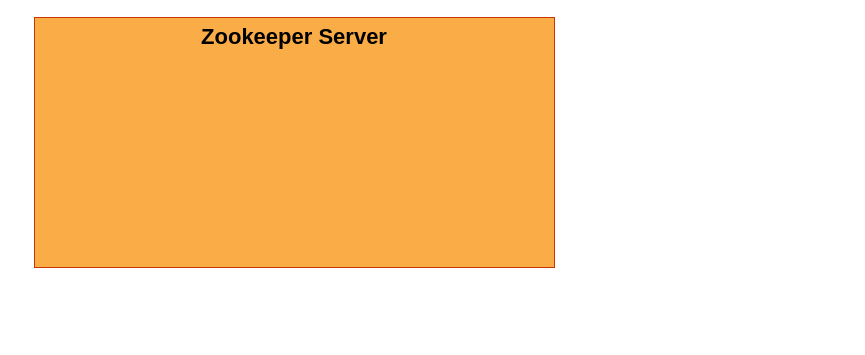
Above: zookeeper.drawio in starzy1990/diagrams (draw.io), before the change. Source tidied: cells renumbered, new cells numbered last; positions are measured from the earlier drawing's top-left corner, leaving out a move shared by most shapes. Both pictures are drawn from the tidied source at 100%, with x=0, y=0 at pixel (34, 17).
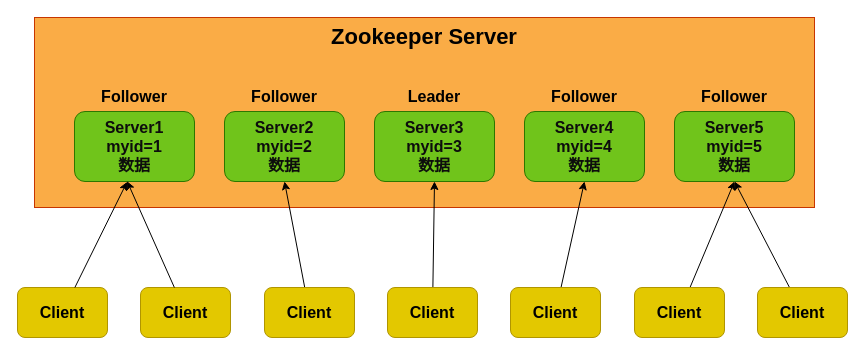
The same page after the edit.

Diff of the diagram source:
```diff
@@
     <mxCell id="2" style="edgeStyle=none;rounded=0;orthogonalLoop=1;jettySize=auto;html=1;entryX=0.5;entryY=0;entryDx=0;entryDy=0;fontSize=22;exitX=0;exitY=1;exitDx=0;exitDy=0;" parent="1" edge="1">
       <mxGeometry relative="1" as="geometry">
-        <mxPoint x="120" y="180" as="sourcePoint" />
+        <mxPoint x="13" y="150" as="sourcePoint" />
       </mxGeometry>
     </mxCell>
     <mxCell id="3" style="edgeStyle=none;rounded=0;orthogonalLoop=1;jettySize=auto;html=1;entryX=0;entryY=0;entryDx=0;entryDy=0;fontSize=22;" parent="1" edge="1">
       <mxGeometry relative="1" as="geometry">
-        <mxPoint x="232.5" y="180" as="sourcePoint" />
+        <mxPoint x="125.5" y="150" as="sourcePoint" />
       </mxGeometry>
     </mxCell>
     <mxCell id="4" value="Zookeeper Server" style="rounded=0;whiteSpace=wrap;html=1;fillColor=#FAAC46;fontColor=#000000;strokeColor=#C73500;verticalAlign=top;fontSize=22;fontStyle=1;" parent="1" vertex="1">
-      <mxGeometry width="520" height="250" as="geometry" />
+      <mxGeometry width="780" height="190" as="geometry" />
     </mxCell>
+    <mxCell id="5" style="group;" parent="1" vertex="1">
+      <mxGeometry x="40" y="64" width="120" height="100" as="geometry" />
+    </mxCell>
+    <mxCell id="6" value="Server1&lt;br style=&quot;font-size: 16px;&quot;&gt;myid=1&lt;br style=&quot;font-size: 16px;&quot;&gt;数据" style="rounded=1;whiteSpace=wrap;html=1;fillColor=#70C41B;strokeColor=#2D7600;fontColor=#0D0D0D;fontSize=16;fontStyle=1;" parent="5" vertex="1">
+      <mxGeometry y="30" width="120" height="70" as="geometry" />
+    </mxCell>
+    <mxCell id="7" value="Follower" style="text;html=1;strokeColor=none;fillColor=none;align=center;verticalAlign=middle;whiteSpace=wrap;rounded=0;fontStyle=1;fontSize=16;" parent="5" vertex="1">
+      <mxGeometry x="30" width="60" height="30" as="geometry" />
+    </mxCell>
+    <mxCell id="8" style="group;" parent="1" vertex="1">
+      <mxGeometry x="190" y="64" width="120" height="100" as="geometry" />
+    </mxCell>
+    <mxCell id="9" value="Server2&lt;br style=&quot;font-size: 16px;&quot;&gt;myid=2&lt;br style=&quot;font-size: 16px;&quot;&gt;数据" style="rounded=1;whiteSpace=wrap;html=1;fillColor=#70C41B;strokeColor=#2D7600;fontColor=#0D0D0D;fontSize=16;fontStyle=1;" parent="8" vertex="1">
+      <mxGeometry y="30" width="120" height="70" as="geometry" />
+    </mxCell>
+    <mxCell id="10" value="Follower" style="text;html=1;strokeColor=none;fillColor=none;align=center;verticalAlign=middle;whiteSpace=wrap;rounded=0;fontStyle=1;fontSize=16;" parent="8" vertex="1">
+      <mxGeometry x="30" width="60" height="30" as="geometry" />
+    </mxCell>
+    <mxCell id="11" style="group;" parent="1" vertex="1">
+      <mxGeometry x="340" y="64" width="120" height="100" as="geometry" />
+    </mxCell>
+    <mxCell id="12" value="Server3&lt;br style=&quot;font-size: 16px;&quot;&gt;myid=3&lt;br style=&quot;font-size: 16px;&quot;&gt;数据" style="rounded=1;whiteSpace=wrap;html=1;fillColor=#70C41B;strokeColor=#2D7600;fontColor=#0D0D0D;fontSize=16;fontStyle=1;" parent="11" vertex="1">
+      <mxGeometry y="30" width="120" height="70" as="geometry" />
+    </mxCell>
+    <mxCell id="13" value="Leader" style="text;html=1;strokeColor=none;fillColor=none;align=center;verticalAlign=middle;whiteSpace=wrap;rounded=0;fontStyle=1;fontSize=16;" parent="11" vertex="1">
+      <mxGeometry x="30" width="60" height="30" as="geometry" />
+    </mxCell>
+    <mxCell id="14" style="group;" parent="1" vertex="1">
+      <mxGeometry x="490" y="64" width="120" height="100" as="geometry" />
+    </mxCell>
+    <mxCell id="15" value="Server4&lt;br style=&quot;font-size: 16px;&quot;&gt;myid=4&lt;br style=&quot;font-size: 16px;&quot;&gt;数据" style="rounded=1;whiteSpace=wrap;html=1;fillColor=#70C41B;strokeColor=#2D7600;fontColor=#0D0D0D;fontSize=16;fontStyle=1;" parent="14" vertex="1">
+      <mxGeometry y="30" width="120" height="70" as="geometry" />
+    </mxCell>
+    <mxCell id="16" value="Follower" style="text;html=1;strokeColor=none;fillColor=none;align=center;verticalAlign=middle;whiteSpace=wrap;rounded=0;fontStyle=1;fontSize=16;" parent="14" vertex="1">
+      <mxGeometry x="30" width="60" height="30" as="geometry" />
+    </mxCell>
+    <mxCell id="17" style="group;" parent="1" vertex="1">
+      <mxGeometry x="640" y="64" width="120" height="100" as="geometry" />
+    </mxCell>
+    <mxCell id="18" value="Server5&lt;br style=&quot;font-size: 16px;&quot;&gt;myid=5&lt;br style=&quot;font-size: 16px;&quot;&gt;数据" style="rounded=1;whiteSpace=wrap;html=1;fillColor=#70C41B;strokeColor=#2D7600;fontColor=#0D0D0D;fontSize=16;fontStyle=1;" parent="17" vertex="1">
+      <mxGeometry y="30" width="120" height="70" as="geometry" />
+    </mxCell>
+    <mxCell id="19" value="Follower" style="text;html=1;strokeColor=none;fillColor=none;align=center;verticalAlign=middle;whiteSpace=wrap;rounded=0;fontStyle=1;fontSize=16;" parent="17" vertex="1">
+      <mxGeometry x="30" width="60" height="30" as="geometry" />
+    </mxCell>
+    <mxCell id="20" value="Client" style="rounded=1;whiteSpace=wrap;html=1;fillColor=#e3c800;strokeColor=#B09500;fontColor=#000000;fontSize=16;fontStyle=1;" parent="1" vertex="1">
+      <mxGeometry x="-17" y="270" width="90" height="50" as="geometry" />
+    </mxCell>
+    <mxCell id="21" value="Client" style="rounded=1;whiteSpace=wrap;html=1;fillColor=#e3c800;strokeColor=#B09500;fontColor=#000000;fontSize=16;fontStyle=1;" parent="1" vertex="1">
+      <mxGeometry x="106" y="270" width="90" height="50" as="geometry" />
+    </mxCell>
+    <mxCell id="22" style="rounded=0;jettySize=auto;html=1;entryX=0.5;entryY=1;entryDx=0;entryDy=0;" parent="1" edge="1" source="23" target="9">
+      <mxGeometry relative="1" as="geometry" />
+    </mxCell>
+    <mxCell id="23" value="Client" style="rounded=1;whiteSpace=wrap;html=1;fillColor=#e3c800;strokeColor=#B09500;fontColor=#000000;fontSize=16;fontStyle=1;" parent="1" vertex="1">
+      <mxGeometry x="230" y="270" width="90" height="50" as="geometry" />
+    </mxCell>
+    <mxCell id="24" style="rounded=0;jettySize=auto;html=1;entryX=0.5;entryY=1;entryDx=0;entryDy=0;" parent="1" edge="1" source="25" target="12">
+      <mxGeometry relative="1" as="geometry" />
+    </mxCell>
+    <mxCell id="25" value="Client" style="rounded=1;whiteSpace=wrap;html=1;fillColor=#e3c800;strokeColor=#B09500;fontColor=#000000;fontSize=16;fontStyle=1;" parent="1" vertex="1">
+      <mxGeometry x="353" y="270" width="90" height="50" as="geometry" />
+    </mxCell>
+    <mxCell id="26" style="rounded=0;jettySize=auto;html=1;entryX=0.5;entryY=1;entryDx=0;entryDy=0;" parent="1" edge="1" source="27" target="15">
+      <mxGeometry relative="1" as="geometry" />
+    </mxCell>
+    <mxCell id="27" value="Client" style="rounded=1;whiteSpace=wrap;html=1;fillColor=#e3c800;strokeColor=#B09500;fontColor=#000000;fontSize=16;fontStyle=1;" parent="1" vertex="1">
+      <mxGeometry x="476" y="270" width="90" height="50" as="geometry" />
+    </mxCell>
+    <mxCell id="28" style="rounded=0;jettySize=auto;html=1;entryX=0.5;entryY=1;entryDx=0;entryDy=0;" parent="1" edge="1" source="29" target="18">
+      <mxGeometry relative="1" as="geometry" />
+    </mxCell>
+    <mxCell id="29" value="Client" style="rounded=1;whiteSpace=wrap;html=1;fillColor=#e3c800;strokeColor=#B09500;fontColor=#000000;fontSize=16;fontStyle=1;" parent="1" vertex="1">
+      <mxGeometry x="600" y="270" width="90" height="50" as="geometry" />
+    </mxCell>
+    <mxCell id="30" style="rounded=0;jettySize=auto;html=1;entryX=0.5;entryY=1;entryDx=0;entryDy=0;" parent="1" edge="1" source="31" target="18">
+      <mxGeometry relative="1" as="geometry" />
+    </mxCell>
+    <mxCell id="31" value="Client" style="rounded=1;whiteSpace=wrap;html=1;fillColor=#e3c800;strokeColor=#B09500;fontColor=#000000;fontSize=16;fontStyle=1;" parent="1" vertex="1">
+      <mxGeometry x="723" y="270" width="90" height="50" as="geometry" />
+    </mxCell>
+    <mxCell id="32" style="rounded=0;jettySize=auto;html=1;entryX=0.438;entryY=1.006;entryDx=0;entryDy=0;entryPerimeter=0;" parent="1" edge="1" source="20" target="6">
+      <mxGeometry relative="1" as="geometry" />
+    </mxCell>
+    <mxCell id="33" style="rounded=0;jettySize=auto;html=1;entryX=0.438;entryY=0.995;entryDx=0;entryDy=0;entryPerimeter=0;" parent="1" edge="1" source="21" target="6">
+      <mxGeometry relative="1" as="geometry" />
+    </mxCell>
```
